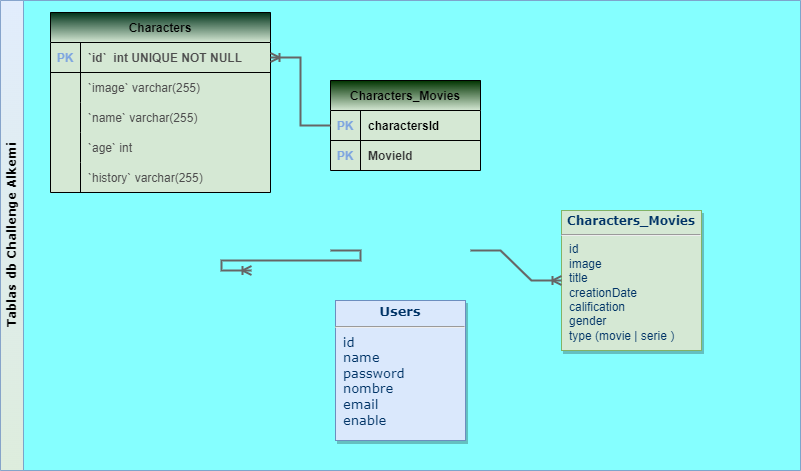
alekusa/api_nodejs keeps this draw.io diagram as db.png. Above is the earlier version. Source tidied: cells renumbered, new cells last; positions are measured from the earlier drawing's top-left corner, leaving out a move shared by most shapes.
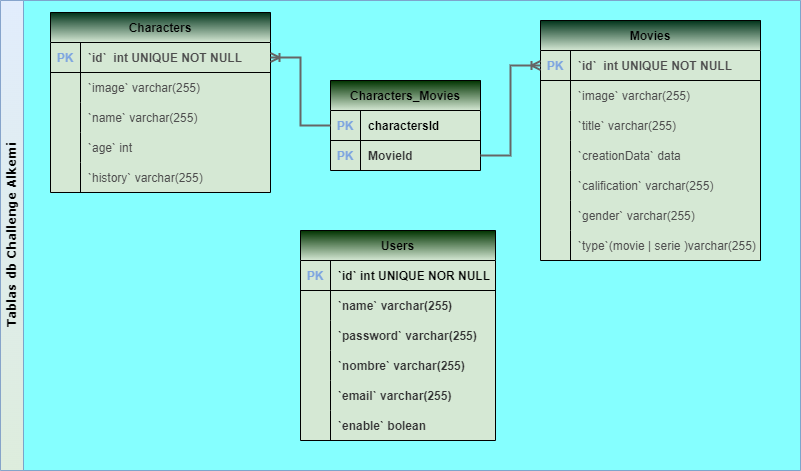
After the commit.

Change to the diagram source:
```diff
@@ -5,23 +5,6 @@
     <mxCell id="2" value="Tablas db Challenge Alkemi" style="swimlane;horizontal=0;whiteSpace=wrap;html=1;fontFamily=Verdana;glass=0;opacity=80;fillColor=#dae8fc;strokeColor=#6c8ebf;fillStyle=auto;gradientColor=#D5E8D4;swimlaneFillColor=#66FFFF;" parent="1" vertex="1">
       <mxGeometry width="800" height="470" as="geometry" />
     </mxCell>
-    <mxCell id="3" value="&lt;p style=&quot;margin: 4px 0px 0px; text-align: center; font-size: 13px;&quot;&gt;&lt;strong style=&quot;font-size: 13px;&quot;&gt;Users&lt;/strong&gt;&lt;/p&gt;&lt;hr style=&quot;font-size: 13px;&quot;&gt;&lt;p style=&quot;margin: 0px 0px 0px 8px; font-size: 13px;&quot;&gt;id&lt;/p&gt;&lt;p style=&quot;margin: 0px 0px 0px 8px; font-size: 13px;&quot;&gt;name&lt;/p&gt;&lt;p style=&quot;margin: 0px 0px 0px 8px; font-size: 13px;&quot;&gt;password&lt;/p&gt;&lt;p style=&quot;margin: 0px 0px 0px 8px; font-size: 13px;&quot;&gt;&lt;span style=&quot;background-color: initial; font-size: 13px;&quot;&gt;nombre&lt;/span&gt;&lt;/p&gt;&lt;p style=&quot;margin: 0px 0px 0px 8px; font-size: 13px;&quot;&gt;&lt;span style=&quot;background-color: initial; font-size: 13px;&quot;&gt;email&lt;/span&gt;&lt;br style=&quot;font-size: 13px;&quot;&gt;&lt;/p&gt;&lt;p style=&quot;margin: 0px 0px 0px 8px; font-size: 13px;&quot;&gt;&lt;span style=&quot;background-color: initial; font-size: 13px;&quot;&gt;enable&lt;/span&gt;&lt;/p&gt;&lt;p style=&quot;margin: 0px 0px 0px 8px; font-size: 13px;&quot;&gt;&lt;span style=&quot;background-color: initial; font-size: 13px;&quot;&gt;&lt;br style=&quot;font-size: 13px;&quot;&gt;&lt;/span&gt;&lt;/p&gt;" style="verticalAlign=top;align=left;overflow=fill;fontSize=13;fontFamily=Verdana;html=1;strokeColor=#6c8ebf;shadow=1;fillColor=#dae8fc;direction=west;flipH=0;flipV=1;fontColor=#003366;" parent="2" vertex="1">
-      <mxGeometry x="335" y="300" width="130" height="140" as="geometry" />
-    </mxCell>
-    <mxCell id="4" value="&lt;p style=&quot;margin: 4px 0px 0px; text-align: center;&quot;&gt;&lt;b style=&quot;&quot;&gt;&lt;font style=&quot;&quot; face=&quot;Verdana&quot;&gt;Characters_Movies&lt;/font&gt;&lt;/b&gt;&lt;/p&gt;&lt;hr&gt;&lt;p style=&quot;margin: 0px; margin-left: 8px;&quot;&gt;id&lt;/p&gt;&lt;p style=&quot;margin: 0px; margin-left: 8px;&quot;&gt;image&lt;/p&gt;&lt;p style=&quot;margin: 0px; margin-left: 8px;&quot;&gt;title&lt;/p&gt;&lt;p style=&quot;margin: 0px; margin-left: 8px;&quot;&gt;creationDate&lt;/p&gt;&lt;p style=&quot;margin: 0px; margin-left: 8px;&quot;&gt;calification&lt;/p&gt;&lt;p style=&quot;margin: 0px; margin-left: 8px;&quot;&gt;gender&lt;/p&gt;&lt;p style=&quot;margin: 0px; margin-left: 8px;&quot;&gt;type (movie | serie )&lt;/p&gt;&lt;p style=&quot;margin: 0px; margin-left: 8px;&quot;&gt;&lt;br&gt;&lt;/p&gt;" style="verticalAlign=top;align=left;overflow=fill;fontSize=12;fontFamily=Helvetica;html=1;strokeColor=#82b366;shadow=1;fillColor=#d5e8d4;fontColor=#003366;" parent="2" vertex="1">
-      <mxGeometry x="561" y="210" width="140" height="140" as="geometry" />
-    </mxCell>
-    <mxCell id="5" style="edgeStyle=entityRelationEdgeStyle;fontSize=12;html=1;endArrow=ERoneToMany;rounded=0;fontFamily=Verdana;strokeColor=#666666;labelBackgroundColor=none;fontColor=#000000;strokeWidth=2;" parent="2" edge="1" target="4">
-      <mxGeometry relative="1" as="geometry">
-        <mxPoint x="470" y="250" as="sourcePoint" />
-      </mxGeometry>
-    </mxCell>
-    <mxCell id="6" style="edgeStyle=entityRelationEdgeStyle;fontSize=12;html=1;endArrow=ERoneToMany;rounded=0;fontFamily=Verdana;exitX=0;exitY=0.5;exitDx=0;exitDy=0;strokeColor=#666666;strokeWidth=2;" parent="2" edge="1">
-      <mxGeometry relative="1" as="geometry">
-        <mxPoint x="330" y="250" as="sourcePoint" />
-        <mxPoint x="251" y="270" as="targetPoint" />
-      </mxGeometry>
-    </mxCell>
     <mxCell id="7" value="Characters_Movies" style="shape=table;startSize=30;rowLines=0;fontStyle=1;align=center;gradientColor=#003300;gradientDirection=north;swimlaneFillColor=#D5E8D4;fontColor=#000000;fillColor=#D5E8D4;" parent="2" vertex="1">
       <mxGeometry x="330" y="80" width="150" height="90" as="geometry" />
     </mxCell>
@@ -100,5 +83,131 @@
     <mxCell id="32" style="edgeStyle=entityRelationEdgeStyle;fontSize=12;html=1;endArrow=ERoneToMany;rounded=0;labelBackgroundColor=none;strokeColor=#666666;strokeWidth=2;fontColor=#000000;entryX=1;entryY=0.5;entryDx=0;entryDy=0;exitX=0;exitY=0.5;exitDx=0;exitDy=0;" parent="2" edge="1" source="8" target="15">
       <mxGeometry relative="1" as="geometry" />
     </mxCell>
+    <mxCell id="33" value="Movies" style="shape=table;startSize=30;rowLines=0;fontStyle=1;align=center;gradientColor=#00331A;swimlaneFillColor=#D5E8D4;fillColor=#D5E8D4;fontColor=#000000;gradientDirection=north;" parent="2" vertex="1">
+      <mxGeometry x="540" y="20" width="220" height="240" as="geometry" />
+    </mxCell>
+    <mxCell id="34" style="shape=tableRow;horizontal=0;startSize=0;swimlaneHead=0;swimlaneBody=0;fillColor=none;points=[[0,0.5],[1,0.5]];portConstraint=eastwest;strokeColor=inherit;top=0;left=0;right=0;bottom=1;" parent="33" vertex="1">
+      <mxGeometry y="30" width="220" height="30" as="geometry" />
+    </mxCell>
+    <mxCell id="35" value="PK" style="shape=partialRectangle;overflow=hidden;fillColor=none;strokeColor=inherit;top=0;left=0;bottom=0;right=0;fontStyle=1;fontColor=#7EA6E0;" parent="34" vertex="1">
+      <mxGeometry width="30" height="30" as="geometry" />
+    </mxCell>
+    <mxCell id="36" value="`id`  int UNIQUE NOT NULL" style="shape=partialRectangle;overflow=hidden;fillColor=none;align=left;strokeColor=inherit;top=0;left=0;bottom=0;right=0;spacingLeft=6;fontStyle=1;fontColor=#4D4D4D;" parent="34" vertex="1">
+      <mxGeometry x="30" width="190" height="30" as="geometry" />
+    </mxCell>
+    <mxCell id="37" style="shape=tableRow;horizontal=0;startSize=0;swimlaneHead=0;swimlaneBody=0;fillColor=none;strokeColor=inherit;top=0;left=0;right=0;bottom=0;" parent="33" vertex="1">
+      <mxGeometry y="60" width="220" height="30" as="geometry" />
+    </mxCell>
+    <mxCell id="38" style="shape=partialRectangle;overflow=hidden;fillColor=none;strokeColor=inherit;top=0;left=0;bottom=0;right=0;" parent="37" vertex="1">
+      <mxGeometry width="30" height="30" as="geometry" />
+    </mxCell>
+    <mxCell id="39" value="`image` varchar(255)" style="shape=partialRectangle;overflow=hidden;fillColor=none;align=left;strokeColor=inherit;top=0;left=0;bottom=0;right=0;spacingLeft=6;fontColor=#4D4D4D;" parent="37" vertex="1">
+      <mxGeometry x="30" width="190" height="30" as="geometry" />
+    </mxCell>
+    <mxCell id="40" style="shape=tableRow;horizontal=0;startSize=0;swimlaneHead=0;swimlaneBody=0;fillColor=none;strokeColor=inherit;top=0;left=0;right=0;bottom=0;" parent="33" vertex="1">
+      <mxGeometry y="90" width="220" height="30" as="geometry" />
+    </mxCell>
+    <mxCell id="41" style="shape=partialRectangle;overflow=hidden;fillColor=none;strokeColor=inherit;top=0;left=0;bottom=0;right=0;" parent="40" vertex="1">
+      <mxGeometry width="30" height="30" as="geometry" />
+    </mxCell>
+    <mxCell id="42" value="`title` varchar(255)" style="shape=partialRectangle;overflow=hidden;fillColor=none;align=left;strokeColor=inherit;top=0;left=0;bottom=0;right=0;spacingLeft=6;fontColor=#4D4D4D;" parent="40" vertex="1">
+      <mxGeometry x="30" width="190" height="30" as="geometry" />
+    </mxCell>
+    <mxCell id="43" style="shape=tableRow;horizontal=0;startSize=0;swimlaneHead=0;swimlaneBody=0;fillColor=none;strokeColor=inherit;top=0;left=0;right=0;bottom=0;" parent="33" vertex="1">
+      <mxGeometry y="120" width="220" height="30" as="geometry" />
+    </mxCell>
+    <mxCell id="44" style="shape=partialRectangle;overflow=hidden;fillColor=none;strokeColor=inherit;top=0;left=0;bottom=0;right=0;" parent="43" vertex="1">
+      <mxGeometry width="30" height="30" as="geometry" />
+    </mxCell>
+    <mxCell id="45" value="`creationData` data" style="shape=partialRectangle;overflow=hidden;fillColor=none;align=left;strokeColor=inherit;top=0;left=0;bottom=0;right=0;spacingLeft=6;fontColor=#4D4D4D;" parent="43" vertex="1">
+      <mxGeometry x="30" width="190" height="30" as="geometry" />
+    </mxCell>
+    <mxCell id="46" style="shape=tableRow;horizontal=0;startSize=0;swimlaneHead=0;swimlaneBody=0;fillColor=none;strokeColor=inherit;top=0;left=0;right=0;bottom=0;" parent="33" vertex="1">
+      <mxGeometry y="150" width="220" height="30" as="geometry" />
+    </mxCell>
+    <mxCell id="47" style="shape=partialRectangle;overflow=hidden;fillColor=none;strokeColor=inherit;top=0;left=0;bottom=0;right=0;" parent="46" vertex="1">
+      <mxGeometry width="30" height="30" as="geometry" />
+    </mxCell>
+    <mxCell id="48" value="`calification` varchar(255)" style="shape=partialRectangle;overflow=hidden;fillColor=none;align=left;strokeColor=inherit;top=0;left=0;bottom=0;right=0;spacingLeft=6;fontColor=#4D4D4D;" parent="46" vertex="1">
+      <mxGeometry x="30" width="190" height="30" as="geometry" />
+    </mxCell>
+    <mxCell id="49" style="shape=tableRow;horizontal=0;startSize=0;swimlaneHead=0;swimlaneBody=0;fillColor=none;strokeColor=inherit;top=0;left=0;right=0;bottom=0;" parent="33" vertex="1">
+      <mxGeometry y="180" width="220" height="30" as="geometry" />
+    </mxCell>
+    <mxCell id="50" style="shape=partialRectangle;overflow=hidden;fillColor=none;strokeColor=inherit;top=0;left=0;bottom=0;right=0;" parent="49" vertex="1">
+      <mxGeometry width="30" height="30" as="geometry" />
+    </mxCell>
+    <mxCell id="51" value="`gender` varchar(255)" style="shape=partialRectangle;overflow=hidden;fillColor=none;align=left;strokeColor=inherit;top=0;left=0;bottom=0;right=0;spacingLeft=6;fontColor=#4D4D4D;" parent="49" vertex="1">
+      <mxGeometry x="30" width="190" height="30" as="geometry" />
+    </mxCell>
+    <mxCell id="52" style="shape=tableRow;horizontal=0;startSize=0;swimlaneHead=0;swimlaneBody=0;fillColor=none;strokeColor=inherit;top=0;left=0;right=0;bottom=0;" parent="33" vertex="1">
+      <mxGeometry y="210" width="220" height="30" as="geometry" />
+    </mxCell>
+    <mxCell id="53" style="shape=partialRectangle;overflow=hidden;fillColor=none;strokeColor=inherit;top=0;left=0;bottom=0;right=0;" parent="52" vertex="1">
+      <mxGeometry width="30" height="30" as="geometry" />
+    </mxCell>
+    <mxCell id="54" value="`type`(movie | serie )varchar(255)" style="shape=partialRectangle;overflow=hidden;fillColor=none;align=left;strokeColor=inherit;top=0;left=0;bottom=0;right=0;spacingLeft=6;fontColor=#4D4D4D;" parent="52" vertex="1">
+      <mxGeometry x="30" width="190" height="30" as="geometry" />
+    </mxCell>
+    <mxCell id="55" style="edgeStyle=entityRelationEdgeStyle;fontSize=12;html=1;endArrow=ERoneToMany;rounded=0;labelBackgroundColor=none;strokeColor=#666666;strokeWidth=2;fontColor=#000000;entryX=0;entryY=0.5;entryDx=0;entryDy=0;exitX=1;exitY=0.5;exitDx=0;exitDy=0;" parent="2" edge="1" source="11" target="34">
+      <mxGeometry relative="1" as="geometry" />
+    </mxCell>
+    <mxCell id="56" value="Users" style="shape=table;startSize=30;rowLines=0;fontStyle=1;align=center;gradientColor=#003300;gradientDirection=north;swimlaneFillColor=#D5E8D4;fontColor=#000000;fillColor=#D5E8D4;" parent="2" vertex="1">
+      <mxGeometry x="300" y="230" width="195" height="210" as="geometry" />
+    </mxCell>
+    <mxCell id="57" style="shape=tableRow;horizontal=0;startSize=0;swimlaneHead=0;swimlaneBody=0;fillColor=none;strokeColor=inherit;top=0;left=0;right=0;bottom=1;fontColor=#666666;" parent="56" vertex="1">
+      <mxGeometry y="30" width="195" height="30" as="geometry" />
+    </mxCell>
+    <mxCell id="58" value="PK" style="shape=partialRectangle;overflow=hidden;fillColor=none;strokeColor=inherit;top=0;left=0;bottom=0;right=0;fontStyle=1;fontColor=#7EA6E0;" parent="57" vertex="1">
+      <mxGeometry width="30" height="30" as="geometry" />
+    </mxCell>
+    <mxCell id="59" value="`id` int UNIQUE NOR NULL" style="shape=partialRectangle;overflow=hidden;fillColor=none;align=left;strokeColor=inherit;top=0;left=0;bottom=0;right=0;spacingLeft=6;fontStyle=1;fontColor=#000000;" parent="57" vertex="1">
+      <mxGeometry x="30" width="165" height="30" as="geometry" />
+    </mxCell>
+    <mxCell id="60" style="shape=tableRow;horizontal=0;startSize=0;swimlaneHead=0;swimlaneBody=0;fillColor=none;strokeColor=inherit;top=0;left=0;right=0;bottom=0;fontColor=#666666;" parent="56" vertex="1">
+      <mxGeometry y="60" width="195" height="30" as="geometry" />
+    </mxCell>
+    <mxCell id="61" style="shape=partialRectangle;overflow=hidden;fillColor=none;strokeColor=inherit;top=0;left=0;bottom=0;right=0;fontColor=#7EA6E0;fontStyle=1;" parent="60" vertex="1">
+      <mxGeometry width="30" height="30" as="geometry" />
+    </mxCell>
+    <mxCell id="62" value="`name` varchar(255)" style="shape=partialRectangle;overflow=hidden;fillColor=none;align=left;strokeColor=inherit;top=0;left=0;bottom=0;right=0;spacingLeft=6;fontColor=#333333;fontStyle=1;" parent="60" vertex="1">
+      <mxGeometry x="30" width="165" height="30" as="geometry" />
+    </mxCell>
+    <mxCell id="63" style="shape=tableRow;horizontal=0;startSize=0;swimlaneHead=0;swimlaneBody=0;fillColor=none;strokeColor=inherit;top=0;left=0;right=0;bottom=0;fontColor=#666666;" parent="56" vertex="1">
+      <mxGeometry y="90" width="195" height="30" as="geometry" />
+    </mxCell>
+    <mxCell id="64" style="shape=partialRectangle;overflow=hidden;fillColor=none;strokeColor=inherit;top=0;left=0;bottom=0;right=0;fontColor=#7EA6E0;fontStyle=1;" parent="63" vertex="1">
+      <mxGeometry width="30" height="30" as="geometry" />
+    </mxCell>
+    <mxCell id="65" value="`password` varchar(255)" style="shape=partialRectangle;overflow=hidden;fillColor=none;align=left;strokeColor=inherit;top=0;left=0;bottom=0;right=0;spacingLeft=6;fontColor=#333333;fontStyle=1;" parent="63" vertex="1">
+      <mxGeometry x="30" width="165" height="30" as="geometry" />
+    </mxCell>
+    <mxCell id="66" style="shape=tableRow;horizontal=0;startSize=0;swimlaneHead=0;swimlaneBody=0;fillColor=none;strokeColor=inherit;top=0;left=0;right=0;bottom=0;fontColor=#666666;" parent="56" vertex="1">
+      <mxGeometry y="120" width="195" height="30" as="geometry" />
+    </mxCell>
+    <mxCell id="67" style="shape=partialRectangle;overflow=hidden;fillColor=none;strokeColor=inherit;top=0;left=0;bottom=0;right=0;fontColor=#7EA6E0;fontStyle=1;" parent="66" vertex="1">
+      <mxGeometry width="30" height="30" as="geometry" />
+    </mxCell>
+    <mxCell id="68" value="`nombre` varchar(255)" style="shape=partialRectangle;overflow=hidden;fillColor=none;align=left;strokeColor=inherit;top=0;left=0;bottom=0;right=0;spacingLeft=6;fontColor=#333333;fontStyle=1;" parent="66" vertex="1">
+      <mxGeometry x="30" width="165" height="30" as="geometry" />
+    </mxCell>
+    <mxCell id="69" style="shape=tableRow;horizontal=0;startSize=0;swimlaneHead=0;swimlaneBody=0;fillColor=none;strokeColor=inherit;top=0;left=0;right=0;bottom=0;fontColor=#666666;" parent="56" vertex="1">
+      <mxGeometry y="150" width="195" height="30" as="geometry" />
+    </mxCell>
+    <mxCell id="70" style="shape=partialRectangle;overflow=hidden;fillColor=none;strokeColor=inherit;top=0;left=0;bottom=0;right=0;fontColor=#7EA6E0;fontStyle=1;" parent="69" vertex="1">
+      <mxGeometry width="30" height="30" as="geometry" />
+    </mxCell>
+    <mxCell id="71" value="`email` varchar(255)" style="shape=partialRectangle;overflow=hidden;fillColor=none;align=left;strokeColor=inherit;top=0;left=0;bottom=0;right=0;spacingLeft=6;fontColor=#333333;fontStyle=1;" parent="69" vertex="1">
+      <mxGeometry x="30" width="165" height="30" as="geometry" />
+    </mxCell>
+    <mxCell id="72" style="shape=tableRow;horizontal=0;startSize=0;swimlaneHead=0;swimlaneBody=0;fillColor=none;strokeColor=inherit;top=0;left=0;right=0;bottom=0;fontColor=#666666;" parent="56" vertex="1">
+      <mxGeometry y="180" width="195" height="30" as="geometry" />
+    </mxCell>
+    <mxCell id="73" style="shape=partialRectangle;overflow=hidden;fillColor=none;strokeColor=inherit;top=0;left=0;bottom=0;right=0;fontColor=#7EA6E0;fontStyle=1;" parent="72" vertex="1">
+      <mxGeometry width="30" height="30" as="geometry" />
+    </mxCell>
+    <mxCell id="74" value="`enable` bolean" style="shape=partialRectangle;overflow=hidden;fillColor=none;align=left;strokeColor=inherit;top=0;left=0;bottom=0;right=0;spacingLeft=6;fontColor=#333333;fontStyle=1;" parent="72" vertex="1">
+      <mxGeometry x="30" width="165" height="30" as="geometry" />
+    </mxCell>
   </root>
 </mxGraphModel>
```
